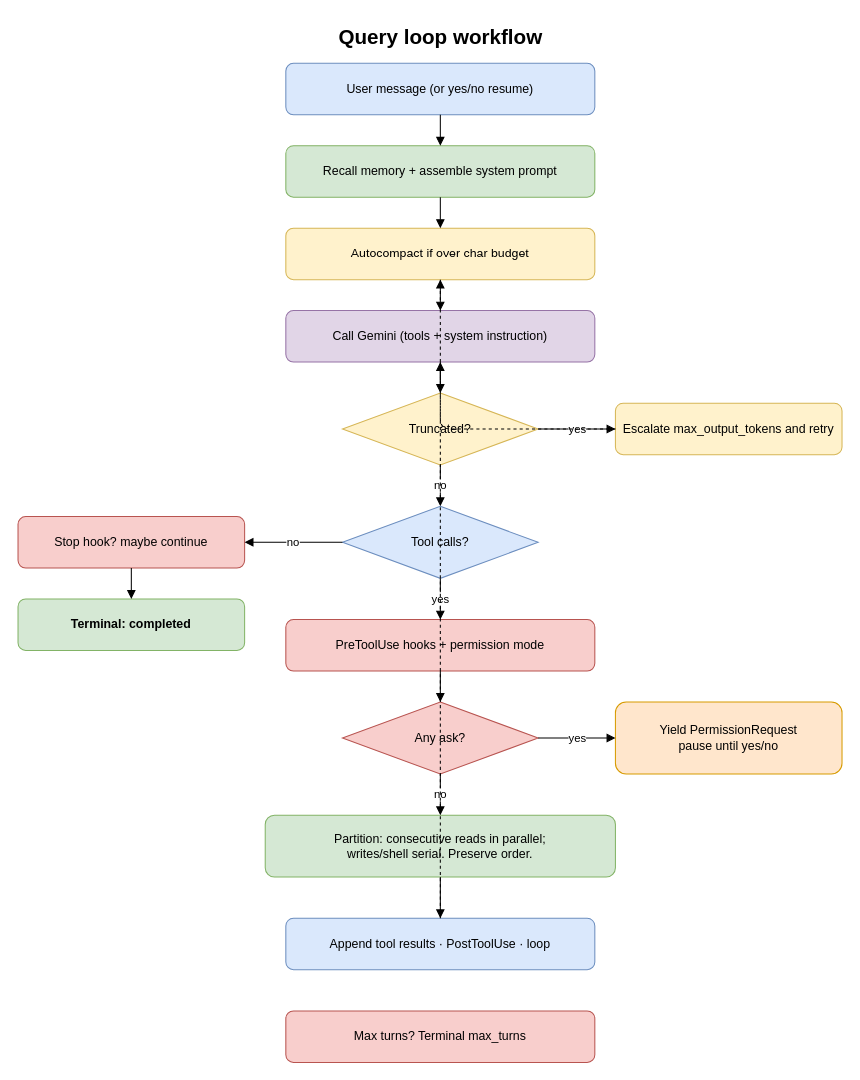
This is docs/diagrams/query_loop.drawio from QuantumByte-01/General-Local-Agent, a draw.io file, before an edit. Source tidied: cells renumbered, new cells numbered last; positions are measured from the earlier drawing's top-left corner, leaving out a move shared by most shapes. Both pictures are drawn from the tidied source at 103%, with x=0, y=0 at pixel (18, 18).
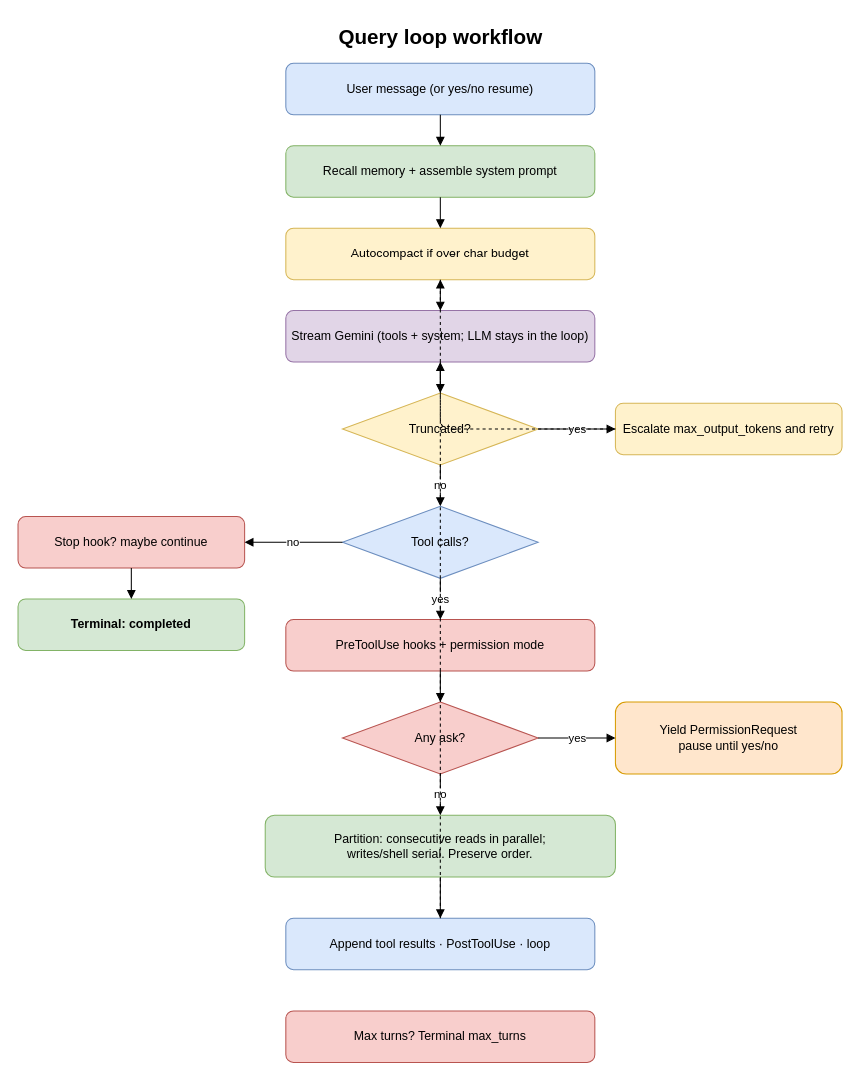
The same page after the edit.

The edit, as a diff of the source:
```diff
@@
-    <mxCell id="6" value="Call Gemini (tools + system instruction)" style="rounded=1;whiteSpace=wrap;html=1;fillColor=#e1d5e7;strokeColor=#9673a6;" parent="1" vertex="1">
+    <mxCell id="6" value="Stream Gemini (tools + system; LLM stays in the loop)" style="rounded=1;whiteSpace=wrap;html=1;fillColor=#e1d5e7;strokeColor=#9673a6;" parent="1" vertex="1">
       <mxGeometry x="260" y="284" width="300" height="50" as="geometry" />
     </mxCell>
```
